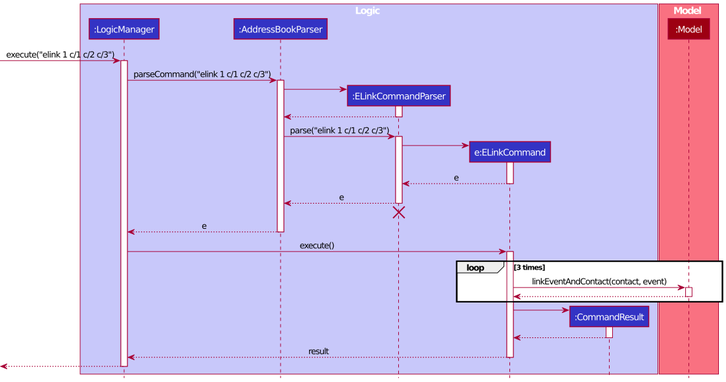
Above: docs/images/ELinkSequenceDiagram.png in xiangjunn/tp (PlantUML), before the change. Its source is kept beside it as docs/diagrams/ELinkSequenceDiagram.puml.
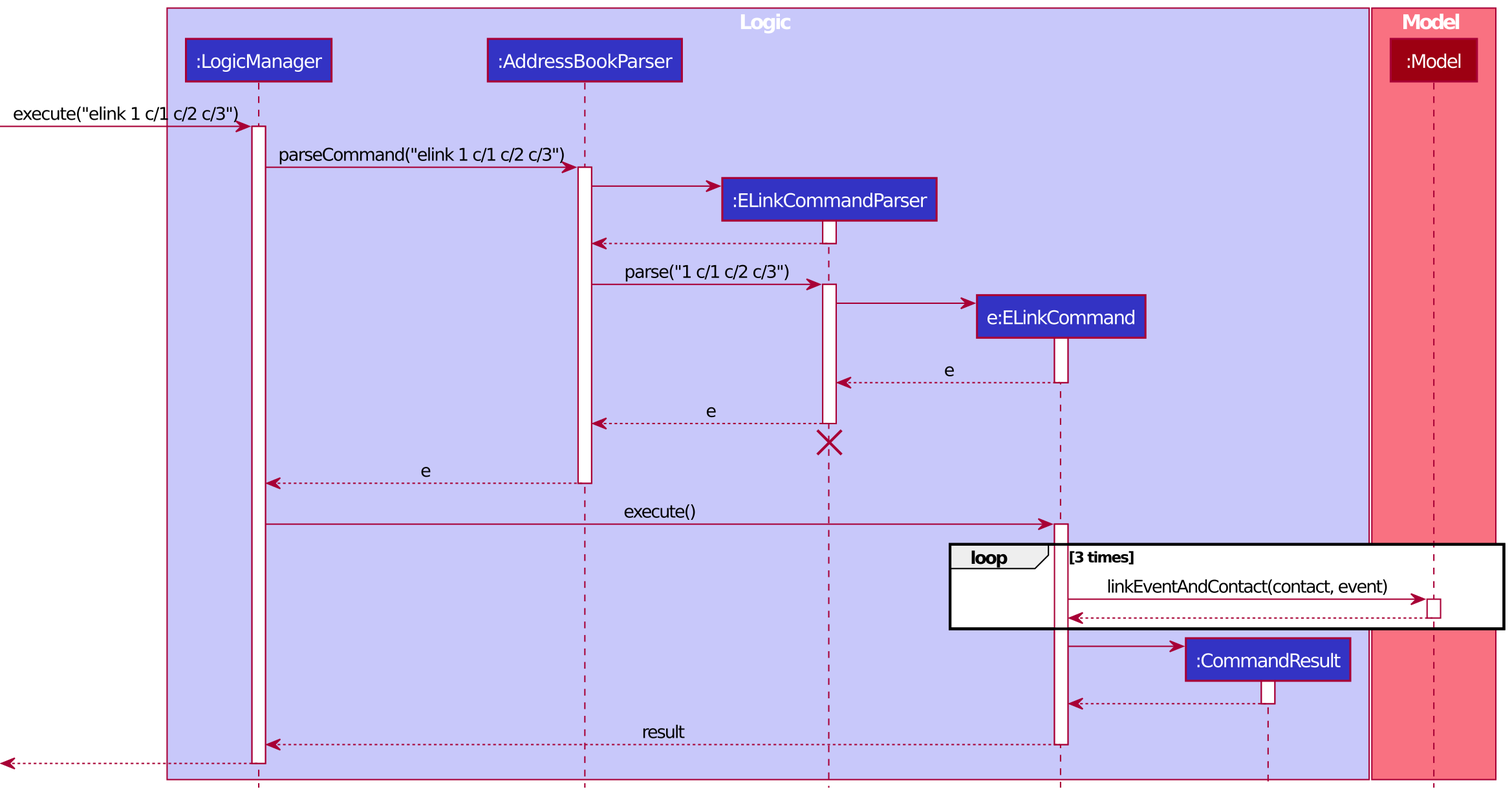
Later version of the same file.

Commit message:
Update implementation for Elink feature

The edit, as a diff of the source:
```diff
@@ -26,7 +26,7 @@
 ELinkCommandParser --> AddressBookParser
 deactivate ELinkCommandParser
 
-AddressBookParser -> ELinkCommandParser : parse("elink 1 c/1 c/2 c/3")
+AddressBookParser -> ELinkCommandParser : parse("1 c/1 c/2 c/3")
 activate ELinkCommandParser
 
 create ELinkCommand
```
